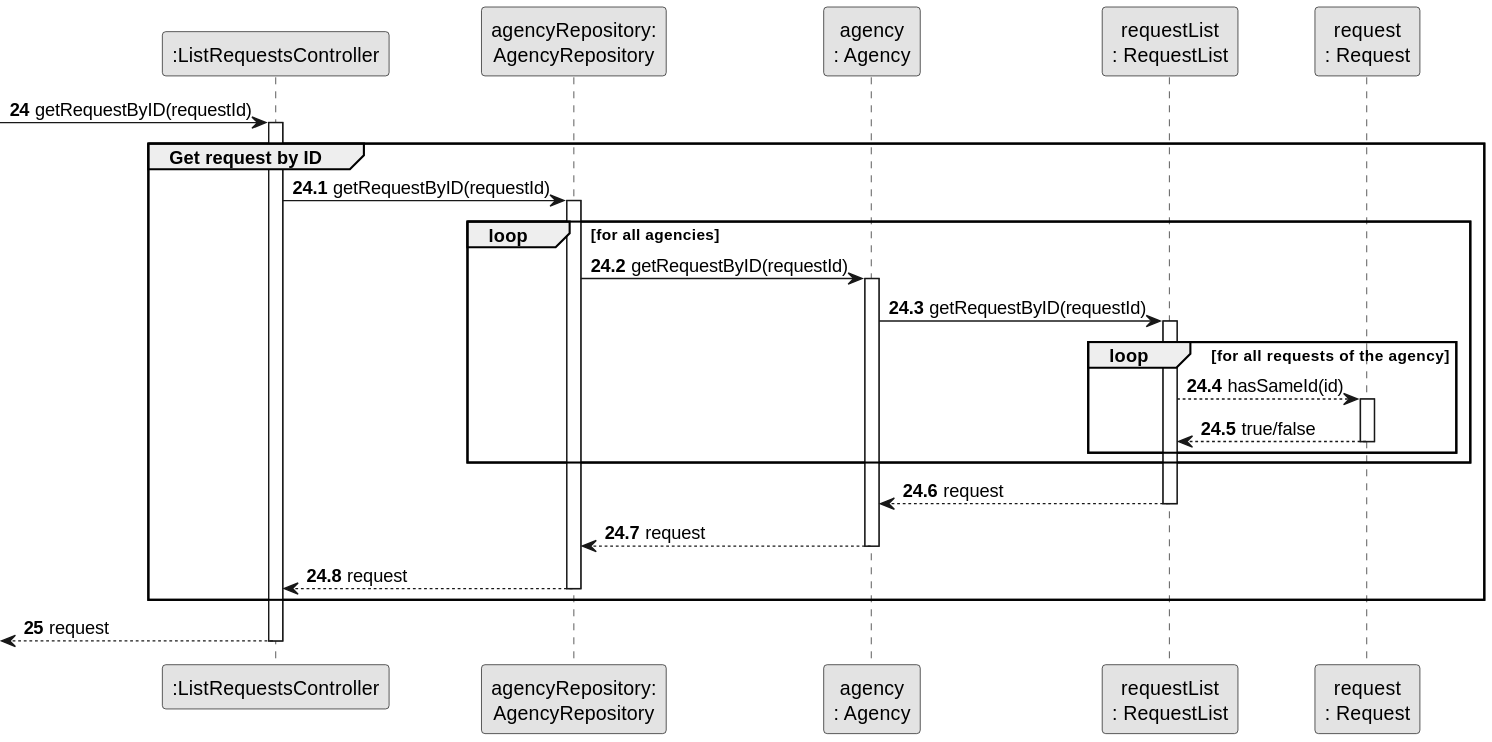
The PlantUML diagram docs/sprintD/us008/03.design/svg/us008-sequence-diagram-partial-get-request-by-id.svg in rita-barbosa/LAPR2-2223, before a commit.
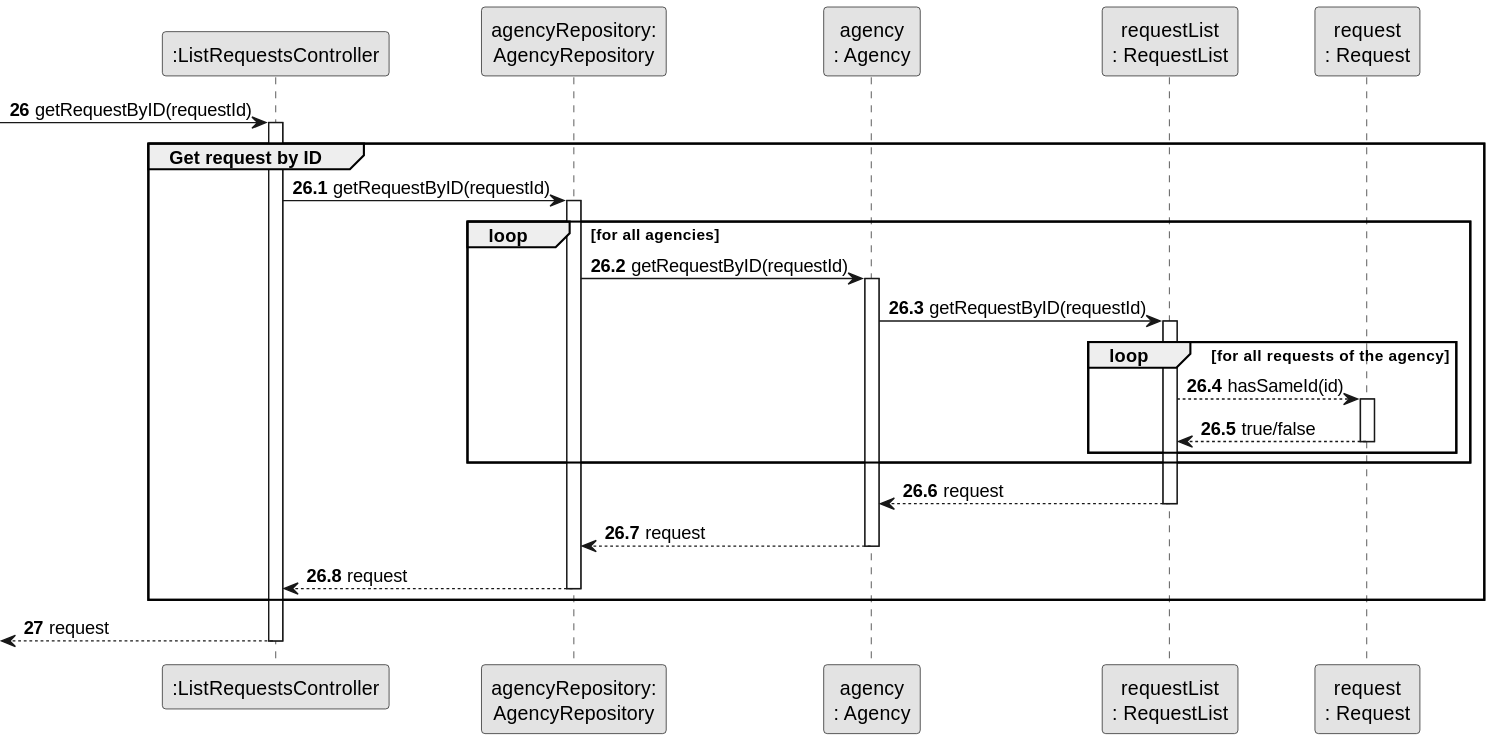
Later version of the same file.

What changed in the source:
```diff
@@ -11,13 +11,13 @@
 participant "request\n: Request" as REQUEST
 
 
-autonumber 24
+autonumber 26
     -> CTRL: getRequestByID(requestId)
     activate CTRL
 
 group Get request by ID
 
-autonumber 24.1
+autonumber 26.1
 
     CTRL -> AgencyRepository: getRequestByID(requestId)
     activate AgencyRepository
@@ -52,7 +52,7 @@
     deactivate AgencyRepository
 
 end group
-autonumber 25
+autonumber 27
      <-- CTRL: request
      deactivate CTRL
 @enduml
```
